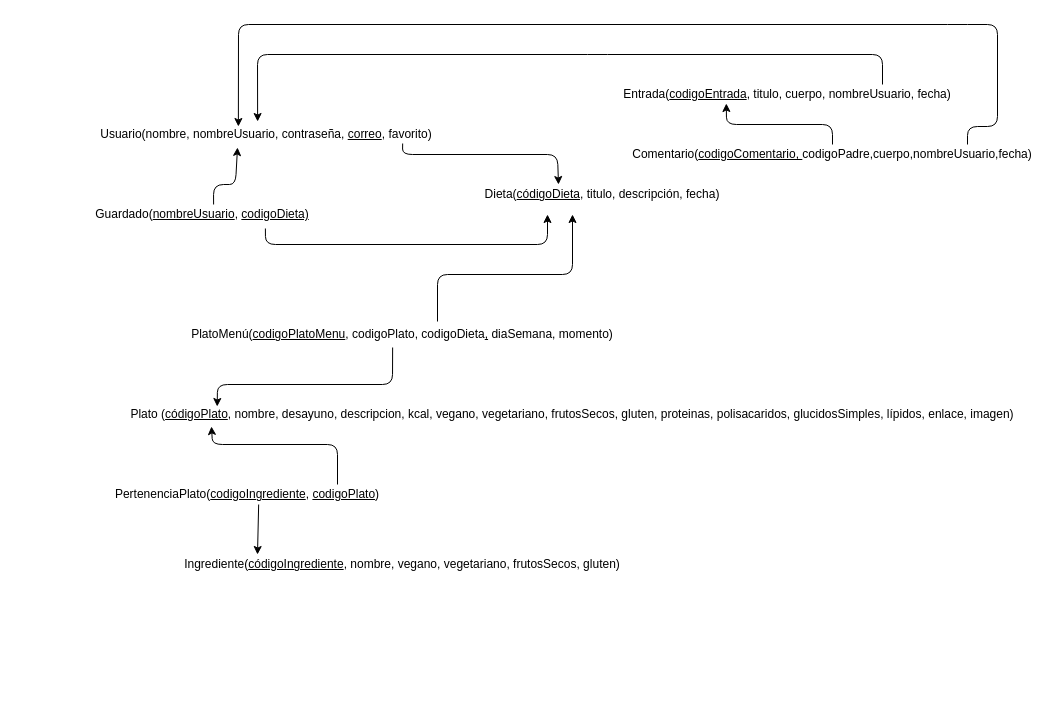
The draw.io diagram SoftwareEngineer/diagramaRelacional.drawio in HylianPablo/SSW2020, before the edit. Source tidied: cells renumbered, new cells numbered last; positions are measured from the earlier drawing's top-left corner, leaving out a move shared by most shapes. Both pictures are drawn from the tidied source at 100%, with x=0, y=0 at pixel (17, 24).
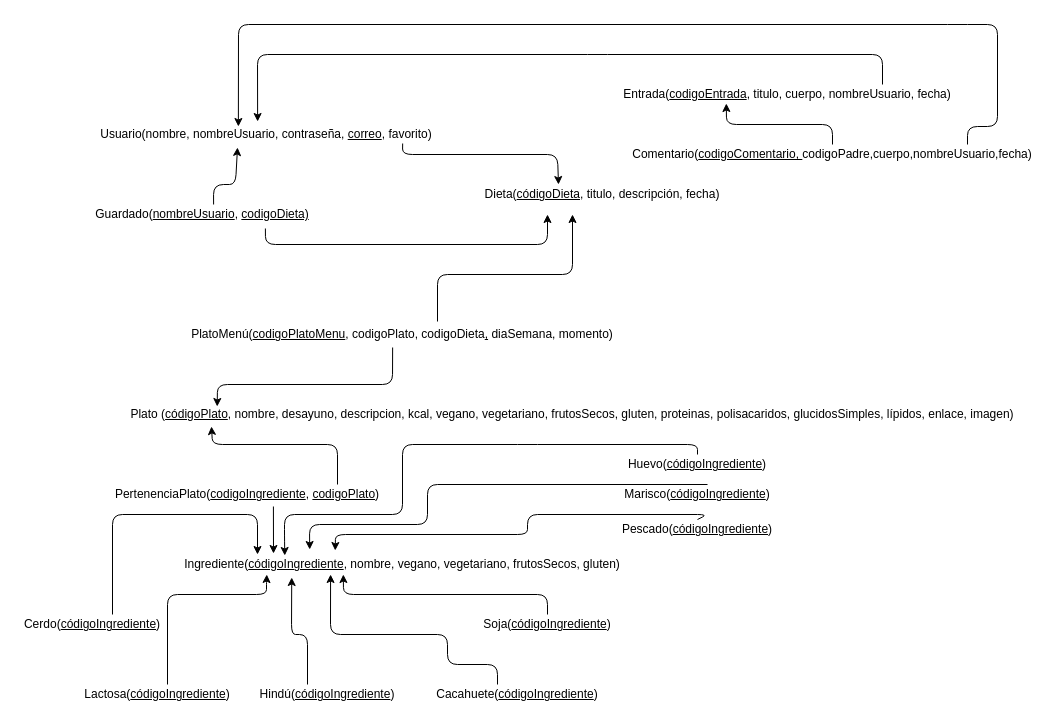
After the change.

The change refers to these unchanged cells:
```xml
<mxCell id="4" value="Ingrediente(&lt;u&gt;códigoIngrediente&lt;/u&gt;, nombre, vegano, vegetariano, frutosSecos, gluten)" style="text;html=1;strokeColor=none;fillColor=none;align=center;verticalAlign=middle;whiteSpace=wrap;rounded=0;" parent="1" vertex="1">
  <mxGeometry x="95" y="530" width="580" height="20" as="geometry" />
</mxCell>
<mxCell id="7" value="PertenenciaPlato(&lt;u&gt;codigoIngrediente&lt;/u&gt;, &lt;u&gt;codigoPlato&lt;/u&gt;)" style="text;html=1;strokeColor=none;fillColor=none;align=center;verticalAlign=middle;whiteSpace=wrap;rounded=0;" parent="1" vertex="1">
  <mxGeometry x="50" y="460" width="360" height="20" as="geometry" />
</mxCell>
```

Diff of the diagram source:
```diff
@@
-    <mxCell id="12" style="endArrow=classic;html=1;entryX=0.25;entryY=0;entryDx=0;entryDy=0;exitX=0.531;exitY=1;exitDx=0;exitDy=0;exitPerimeter=0;" parent="1" edge="1" source="7" target="4">
-      <mxGeometry relative="1" as="geometry" />
+    <mxCell id="12" style="endArrow=classic;html=1;exitX=0.572;exitY=1.1;exitDx=0;exitDy=0;exitPerimeter=0;" parent="1" edge="1" source="7">
+      <mxGeometry relative="1" as="geometry">
+        <mxPoint x="256" y="529" as="targetPoint" />
+      </mxGeometry>
     </mxCell>
@@
+    <mxCell id="21" value="Huevo(&lt;u&gt;códigoIngrediente&lt;/u&gt;)" style="text;html=1;strokeColor=none;fillColor=none;align=center;verticalAlign=middle;whiteSpace=wrap;rounded=0;" parent="1" vertex="1">
+      <mxGeometry x="660" y="430" width="40" height="20" as="geometry" />
+    </mxCell>
+    <mxCell id="22" value="Marisco(&lt;u&gt;códigoIngrediente&lt;/u&gt;)" style="text;html=1;strokeColor=none;fillColor=none;align=center;verticalAlign=middle;whiteSpace=wrap;rounded=0;" parent="1" vertex="1">
+      <mxGeometry x="660" y="460" width="40" height="20" as="geometry" />
+    </mxCell>
+    <mxCell id="23" value="Pescado(&lt;u&gt;códigoIngrediente&lt;/u&gt;)" style="text;html=1;strokeColor=none;fillColor=none;align=center;verticalAlign=middle;whiteSpace=wrap;rounded=0;" parent="1" vertex="1">
+      <mxGeometry x="660" y="495" width="40" height="20" as="geometry" />
+    </mxCell>
+    <mxCell id="24" value="Cerdo(&lt;u&gt;códigoIngrediente&lt;/u&gt;)" style="text;html=1;strokeColor=none;fillColor=none;align=center;verticalAlign=middle;whiteSpace=wrap;rounded=0;" parent="1" vertex="1">
+      <mxGeometry x="55" y="590" width="40" height="20" as="geometry" />
+    </mxCell>
+    <mxCell id="25" value="Lactosa(&lt;u&gt;códigoIngrediente&lt;/u&gt;)" style="text;html=1;strokeColor=none;fillColor=none;align=center;verticalAlign=middle;whiteSpace=wrap;rounded=0;" parent="1" vertex="1">
+      <mxGeometry x="120" y="660" width="40" height="20" as="geometry" />
+    </mxCell>
+    <mxCell id="26" value="Hindú(&lt;u&gt;códigoIngrediente&lt;/u&gt;)" style="text;html=1;strokeColor=none;fillColor=none;align=center;verticalAlign=middle;whiteSpace=wrap;rounded=0;" parent="1" vertex="1">
+      <mxGeometry x="290" y="660" width="40" height="20" as="geometry" />
+    </mxCell>
+    <mxCell id="27" value="Cacahuete(&lt;u&gt;códigoIngrediente&lt;/u&gt;)" style="text;html=1;strokeColor=none;fillColor=none;align=center;verticalAlign=middle;whiteSpace=wrap;rounded=0;" parent="1" vertex="1">
+      <mxGeometry x="480" y="660" width="40" height="20" as="geometry" />
+    </mxCell>
+    <mxCell id="28" value="Soja(&lt;u&gt;códigoIngrediente&lt;/u&gt;)" style="text;html=1;strokeColor=none;fillColor=none;align=center;verticalAlign=middle;whiteSpace=wrap;rounded=0;" parent="1" vertex="1">
+      <mxGeometry x="510" y="590" width="40" height="20" as="geometry" />
+    </mxCell>
+    <mxCell id="29" style="endArrow=classic;html=1;entryX=0.266;entryY=1;entryDx=0;entryDy=0;entryPerimeter=0;exitX=0.75;exitY=0;exitDx=0;exitDy=0;" parent="1" edge="1" source="25" target="4">
+      <mxGeometry relative="1" as="geometry">
+        <Array as="points">
+          <mxPoint x="150" y="570" />
+          <mxPoint x="249" y="570" />
+          <mxPoint x="249" y="560" />
+        </Array>
+      </mxGeometry>
+    </mxCell>
+    <mxCell id="30" style="endArrow=classic;html=1;entryX=0.309;entryY=1.15;entryDx=0;entryDy=0;entryPerimeter=0;exitX=0;exitY=0;exitDx=0;exitDy=0;" parent="1" edge="1" source="26" target="4">
+      <mxGeometry relative="1" as="geometry">
+        <Array as="points">
+          <mxPoint x="290" y="610" />
+          <mxPoint x="274" y="610" />
+        </Array>
+      </mxGeometry>
+    </mxCell>
+    <mxCell id="31" style="endArrow=classic;html=1;entryX=0.376;entryY=1;entryDx=0;entryDy=0;entryPerimeter=0;exitX=0;exitY=0;exitDx=0;exitDy=0;" parent="1" edge="1" source="27" target="4">
+      <mxGeometry relative="1" as="geometry">
+        <Array as="points">
+          <mxPoint x="480" y="640" />
+          <mxPoint x="430" y="640" />
+          <mxPoint x="430" y="610" />
+          <mxPoint x="313" y="610" />
+        </Array>
+      </mxGeometry>
+    </mxCell>
+    <mxCell id="32" style="endArrow=classic;html=1;entryX=0.297;entryY=0.05;entryDx=0;entryDy=0;entryPerimeter=0;" parent="1" edge="1" source="21" target="4">
+      <mxGeometry relative="1" as="geometry">
+        <Array as="points">
+          <mxPoint x="680" y="420" />
+          <mxPoint x="510" y="420" />
+          <mxPoint x="385" y="420" />
+          <mxPoint x="385" y="490" />
+          <mxPoint x="267" y="490" />
+          <mxPoint x="267" y="510" />
+        </Array>
+      </mxGeometry>
+    </mxCell>
+    <mxCell id="33" style="endArrow=classic;html=1;entryX=0.398;entryY=1;entryDx=0;entryDy=0;entryPerimeter=0;exitX=0.5;exitY=0;exitDx=0;exitDy=0;" parent="1" edge="1" source="28" target="4">
+      <mxGeometry relative="1" as="geometry">
+        <Array as="points">
+          <mxPoint x="530" y="570" />
+          <mxPoint x="326" y="570" />
+        </Array>
+      </mxGeometry>
+    </mxCell>
+    <mxCell id="34" style="endArrow=classic;html=1;entryX=0.34;entryY=-0.25;entryDx=0;entryDy=0;entryPerimeter=0;exitX=0.75;exitY=0;exitDx=0;exitDy=0;" parent="1" edge="1" source="22" target="4">
+      <mxGeometry relative="1" as="geometry">
+        <Array as="points">
+          <mxPoint x="410" y="460" />
+          <mxPoint x="410" y="500" />
+          <mxPoint x="292" y="500" />
+        </Array>
+      </mxGeometry>
+    </mxCell>
+    <mxCell id="35" style="endArrow=classic;html=1;exitX=0.5;exitY=0;exitDx=0;exitDy=0;entryX=0.384;entryY=-0.2;entryDx=0;entryDy=0;entryPerimeter=0;" parent="1" edge="1" source="23" target="4">
+      <mxGeometry relative="1" as="geometry">
+        <Array as="points">
+          <mxPoint x="690" y="490" />
+          <mxPoint x="510" y="490" />
+          <mxPoint x="510" y="510" />
+          <mxPoint x="318" y="510" />
+        </Array>
+      </mxGeometry>
+    </mxCell>
+    <mxCell id="36" style="endArrow=classic;html=1;entryX=0.25;entryY=0;entryDx=0;entryDy=0;exitX=1;exitY=0;exitDx=0;exitDy=0;" parent="1" edge="1" source="24" target="4">
+      <mxGeometry relative="1" as="geometry">
+        <Array as="points">
+          <mxPoint x="95" y="490" />
+          <mxPoint x="240" y="490" />
+        </Array>
+      </mxGeometry>
+    </mxCell>
```
